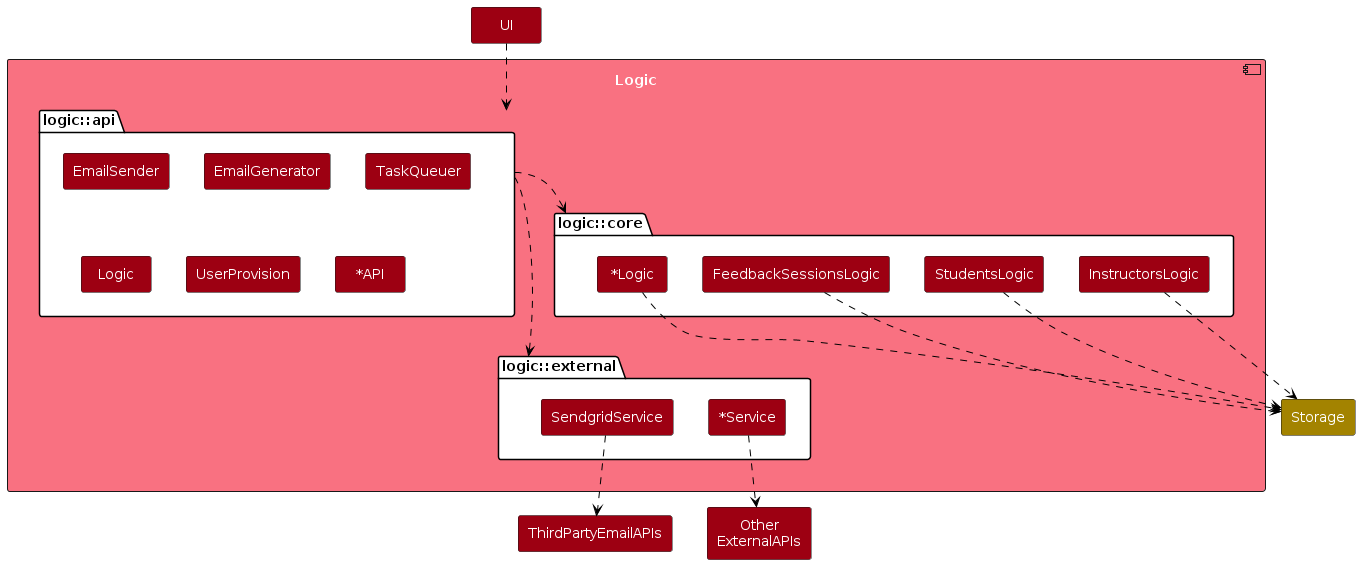
TEAMMATES/teammates keeps this PlantUML diagram as diagrams/LogicComponent.png. Above is the earlier version. Its source is kept beside it as diagrams/LogicComponent.puml.
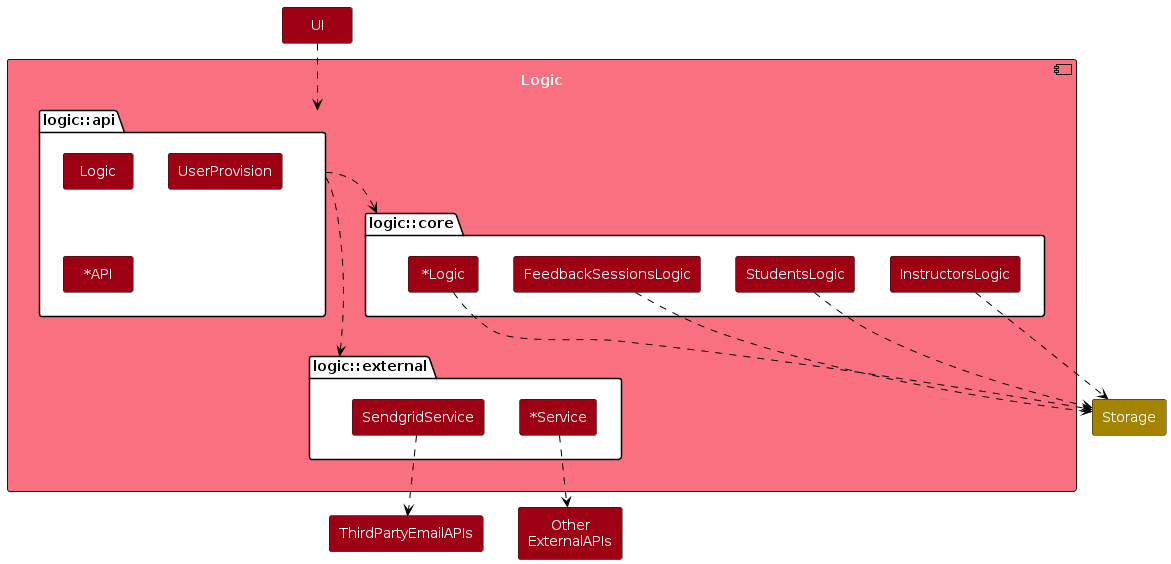
Above is the later version.

Diff of the diagram source:
```diff
@@ -21,9 +21,6 @@
     }
 
     folder "logic::api" as Api {
-        rectangle EmailSender
-        rectangle EmailGenerator
-        rectangle TaskQueuer
         rectangle "Logic" as Logic2
         rectangle UserProvision
         rectangle "~*API"
```
